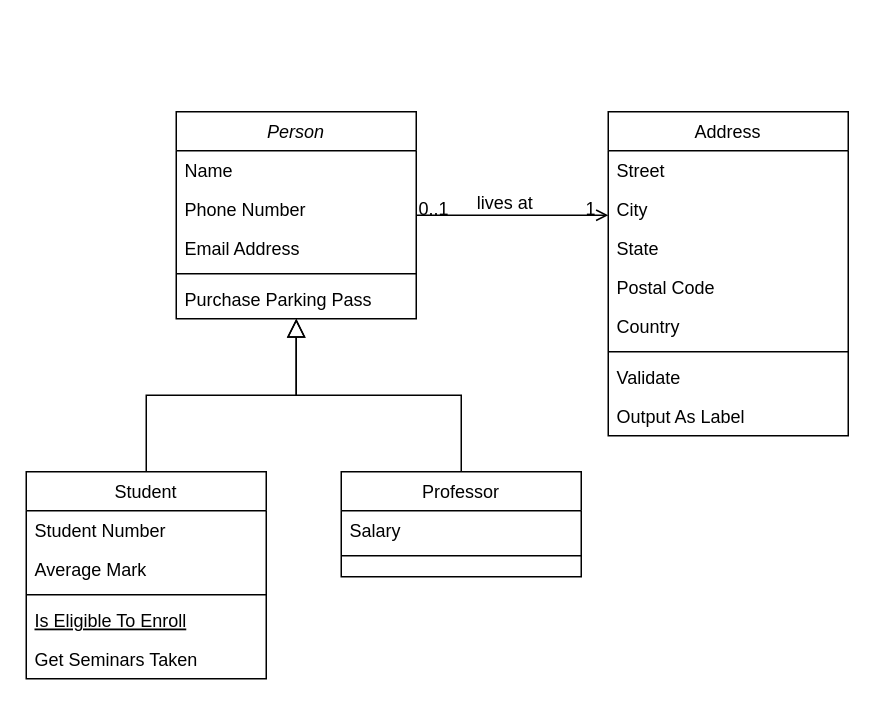
This is ternium.drawio from raimundogabriel/meu-repo, a draw.io file, before an edit. Source tidied: cells renumbered, new cells numbered last; positions are measured from the earlier drawing's top-left corner, leaving out a move shared by most shapes. Both pictures are drawn from the tidied source at 150%, with x=0, y=0 at pixel (26, 111).
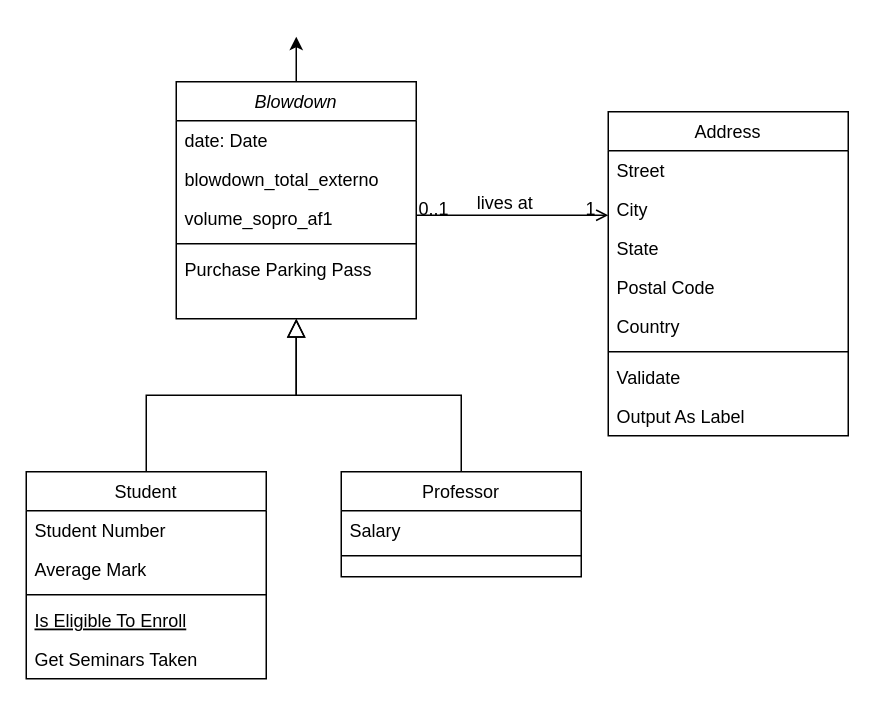
The same page after the edit.

The edit, as a diff of the source:
```diff
@@
+    <mxCell id="32" style="edgeStyle=orthogonalEdgeStyle;rounded=0;jettySize=auto;html=1;exitX=0.5;exitY=0;exitDx=0;exitDy=0;" parent="1" edge="1" source="2">
+      <mxGeometry relative="1" as="geometry">
+        <mxPoint x="180" y="-50" as="targetPoint" />
+      </mxGeometry>
+    </mxCell>
-    <mxCell id="2" value="Person" style="swimlane;fontStyle=2;align=center;verticalAlign=top;horizontal=1;startSize=26;rounded=0;shadow=0;strokeWidth=1;" parent="1" vertex="1">
-      <mxGeometry x="100" width="160" height="138" as="geometry" />
+    <mxCell id="2" value="Blowdown" style="swimlane;fontStyle=2;align=center;verticalAlign=top;horizontal=1;startSize=26;rounded=0;shadow=0;strokeWidth=1;" parent="1" vertex="1">
+      <mxGeometry x="100" y="-20" width="160" height="158" as="geometry" />
     </mxCell>
-    <mxCell id="3" value="Name" style="text;align=left;verticalAlign=top;spacingLeft=4;spacingRight=4;overflow=hidden;" parent="2" vertex="1">
+    <mxCell id="3" value="date: Date " style="text;align=left;verticalAlign=top;spacingLeft=4;spacingRight=4;overflow=hidden;" parent="2" vertex="1">
       <mxGeometry y="26" width="160" height="26" as="geometry" />
     </mxCell>
-    <mxCell id="4" value="Phone Number" style="text;align=left;verticalAlign=top;spacingLeft=4;spacingRight=4;overflow=hidden;rounded=0;shadow=0;html=0;" parent="2" vertex="1">
+    <mxCell id="4" value="blowdown_total_externo " style="text;align=left;verticalAlign=top;spacingLeft=4;spacingRight=4;overflow=hidden;rounded=0;shadow=0;html=0;" parent="2" vertex="1">
       <mxGeometry y="52" width="160" height="26" as="geometry" />
     </mxCell>
-    <mxCell id="5" value="Email Address" style="text;align=left;verticalAlign=top;spacingLeft=4;spacingRight=4;overflow=hidden;rounded=0;shadow=0;html=0;" parent="2" vertex="1">
+    <mxCell id="5" value="volume_sopro_af1" style="text;align=left;verticalAlign=top;spacingLeft=4;spacingRight=4;overflow=hidden;rounded=0;shadow=0;html=0;" parent="2" vertex="1">
       <mxGeometry y="78" width="160" height="26" as="geometry" />
     </mxCell>
```
